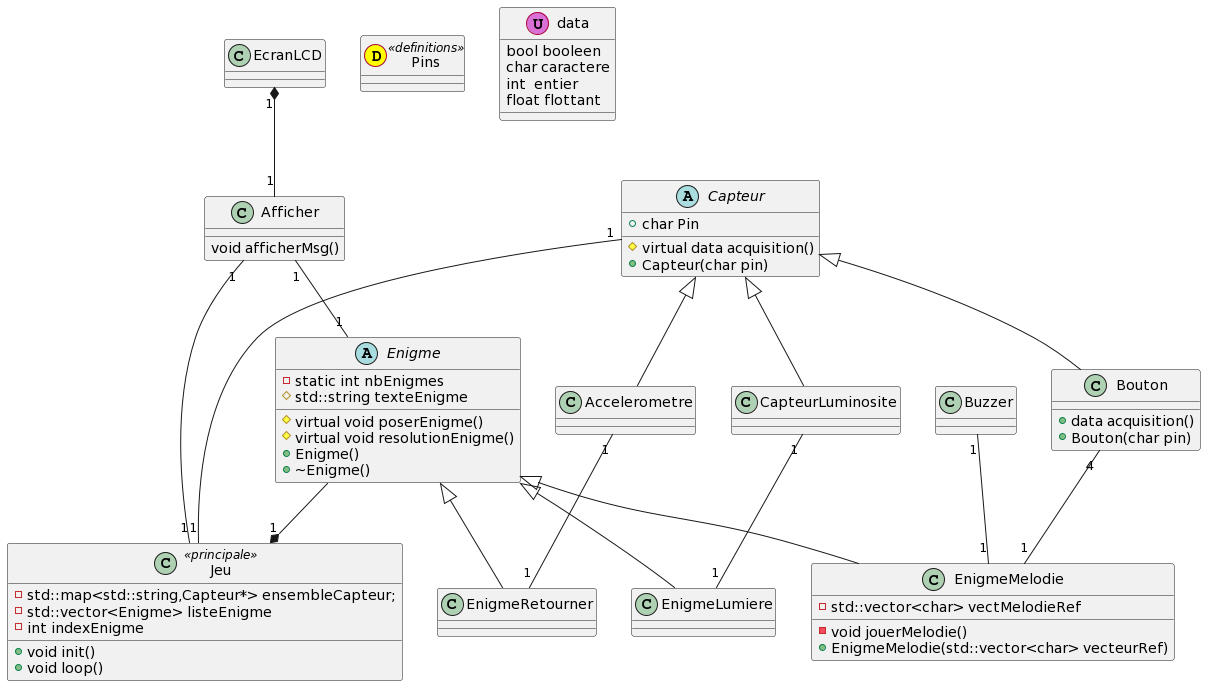
The PlantUML diagram dclass.png in G-DeFreitas/BE_CPP, before a commit.
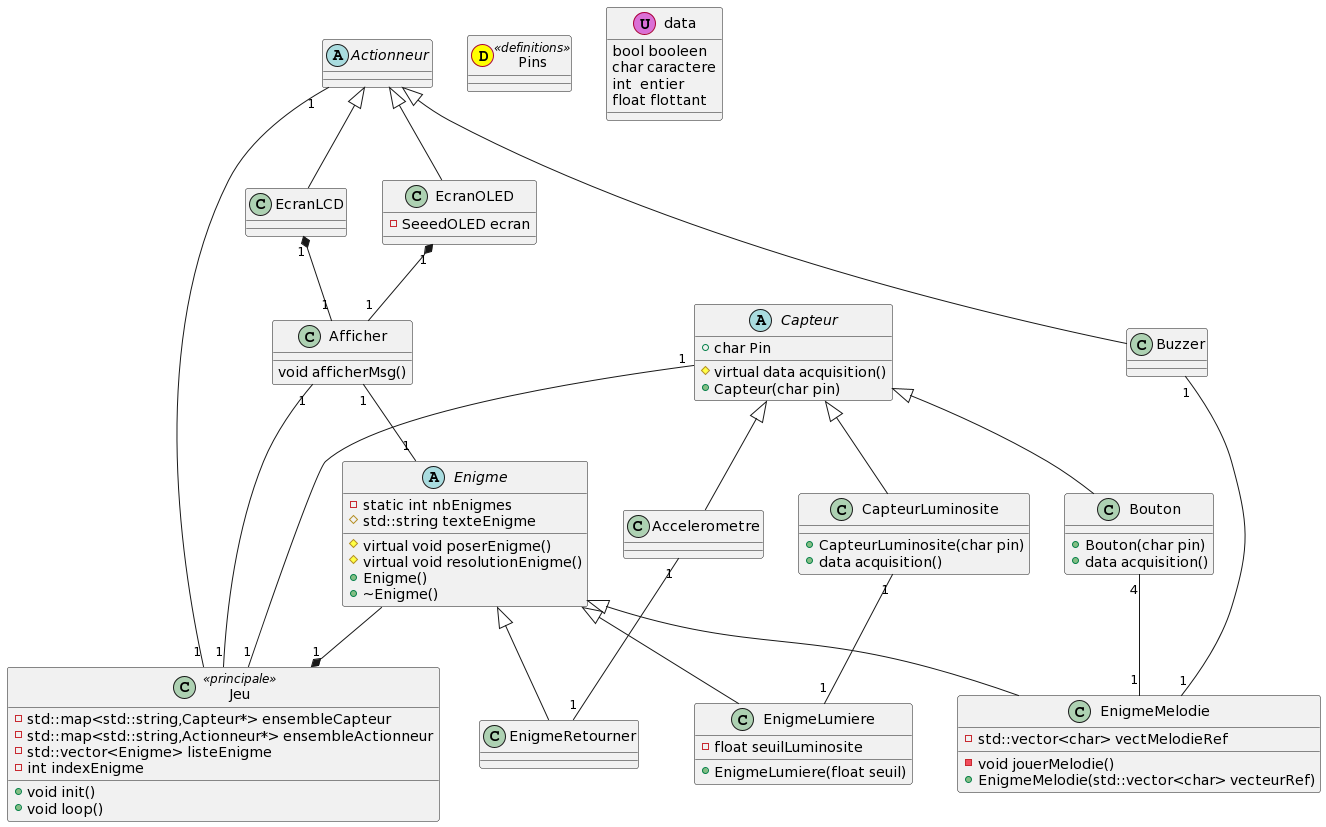
The same diagram one commit later.

What changed in the source:
```diff
@@ -1,6 +1,7 @@
 @startuml
 class Jeu  << principale >> {
-- std::map<std::string,Capteur*> ensembleCapteur;
+- std::map<std::string,Capteur*> ensembleCapteur
+- std::map<std::string,Actionneur*> ensembleActionneur
 - std::vector<Enigme> listeEnigme
 - int indexEnigme
 +void init()
@@ -24,7 +25,10 @@
 + EnigmeMelodie(std::vector<char> vecteurRef)
 }
 class EnigmeRetourner
-class EnigmeLumiere
+class EnigmeLumiere{
+- float seuilLuminosite
++ EnigmeLumiere(float seuil)
+}
 
 abstract class Capteur {
 +char Pin
@@ -33,17 +37,26 @@
 }
 
 class Bouton {
++Bouton(char pin)
 +data acquisition()
-+Bouton(char pin)
 }
+
 class Accelerometre
-class CapteurLuminosite
+class CapteurLuminosite{
++CapteurLuminosite(char pin)
++data acquisition()
+}
 
 class Afficher {
 void afficherMsg()
 }
 
+
+abstract class Actionneur
 class EcranLCD
+class EcranOLED{
+    - SeeedOLED ecran
+}
 class Buzzer
 
 class data << (U,orchid) >> {
@@ -55,6 +68,7 @@
 
 Jeu "1" *-up- " " Enigme
 Jeu "1" -up- "1" Capteur
+Jeu "1" -up- "1" Actionneur
 Jeu "1" -up- "1" Afficher
 Enigme "1" -up- "1" Afficher
 
@@ -67,7 +81,12 @@
 EnigmeMelodie     "1" -up- "1"  Buzzer
 EnigmeLumiere   "1" -up- "1"  CapteurLuminosite
 
+Actionneur <|-down- EcranLCD
+Actionneur <|-down- EcranOLED
+Actionneur <|-down- Buzzer
+
 EcranLCD "1" *-down- "1" Afficher
+EcranOLED "1" *-down- "1" Afficher
 
 Capteur <|-down- Bouton
 Capteur <|-down- Accelerometre
```
